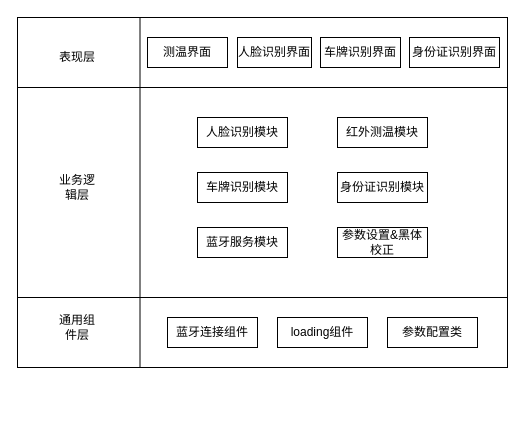
Above: 头盔端软件逻辑视图.drawio in ColonelDarcy2018/excelsior (draw.io), before the change. Source tidied: cells renumbered, new cells numbered last; positions are measured from the earlier drawing's top-left corner, leaving out a move shared by most shapes. Both pictures are drawn from the tidied source at 100%, with x=0, y=0 at pixel (17, 17).
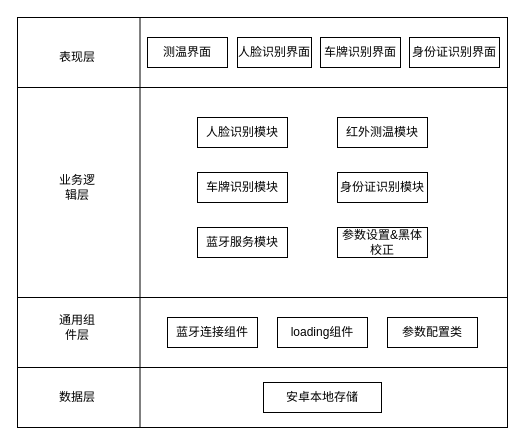
The same page after the edit.

Commit message (it also covers changes not shown here):
Update 头盔端软件逻辑视图.drawio

What changed in the source:
```diff
@@
+    <mxCell id="24" style="rounded=0;whiteSpace=wrap;html=1;" parent="1" vertex="1">
+      <mxGeometry y="350" width="490" height="60" as="geometry" />
+    </mxCell>
+    <mxCell id="25" value="数据层" style="text;html=1;strokeColor=none;fillColor=none;align=center;verticalAlign=middle;whiteSpace=wrap;rounded=0;" parent="1" vertex="1">
+      <mxGeometry x="40" y="370" width="40" height="20" as="geometry" />
+    </mxCell>
+    <mxCell id="26" value="安卓本地存储" style="rounded=0;whiteSpace=wrap;html=1;" parent="1" vertex="1">
+      <mxGeometry x="246" y="365" width="118" height="30" as="geometry" />
+    </mxCell>
+    <mxCell id="27" style="endArrow=none;html=1;exitX=0.25;exitY=1;exitDx=0;exitDy=0;entryX=0.25;entryY=0;entryDx=0;entryDy=0;" parent="1" edge="1" source="24" target="24">
+      <mxGeometry relative="1" as="geometry" />
+    </mxCell>
```
